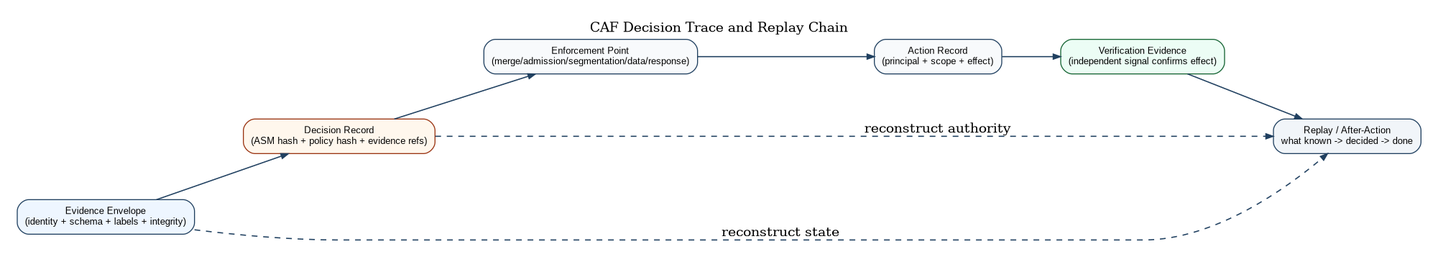
Earlier version of the Graphviz export papers/caf-ra/diagrams/caf_decision_trace.png (anboas/Whitepaper). Its source is kept beside it as papers/caf-ra/diagrams-src/caf_decision_trace.dot. The source it was exported from:
```dot
digraph CAFDecisionTrace {
  rankdir=LR;
  graph [bgcolor="white", pad="0.25", nodesep="0.6", ranksep="0.7", labelloc="t", label="CAF Decision Trace and Replay Chain"];
  node [shape=box, style="rounded,filled", fillcolor="#F8FAFC", color="#204060", fontname="Arial", fontsize=10];
  edge [color="#204060", arrowsize=0.75, penwidth=1.2];

  E [label="Evidence Envelope\n(identity + schema + labels + integrity)", fillcolor="#EEF6FF"];
  D [label="Decision Record\n(ASM hash + policy hash + evidence refs)", fillcolor="#FFF7ED", color="#9A3412"];
  EP [label="Enforcement Point\n(merge/admission/segmentation/data/response)"];
  A [label="Action Record\n(principal + scope + effect)"];
  V [label="Verification Evidence\n(independent signal confirms effect)", fillcolor="#ECFDF5", color="#166534"];
  R [label="Replay / After-Action\nwhat known -> decided -> done", fillcolor="#F1F5F9"];

  E -> D -> EP -> A -> V -> R;
  E -> R [style=dashed, label="reconstruct state"];
  D -> R [style=dashed, label="reconstruct authority"];
}
```
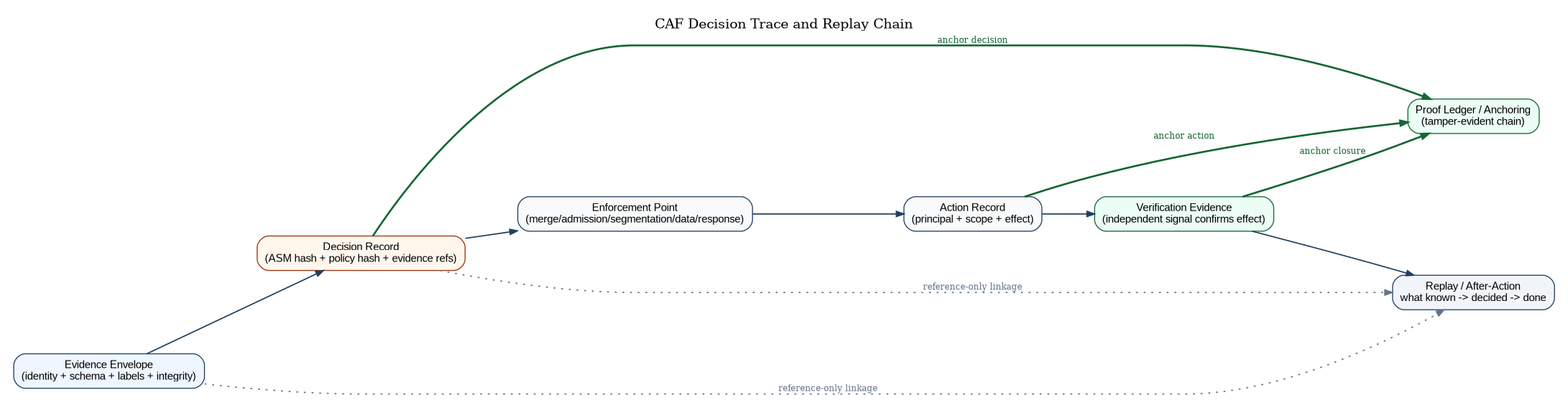
The same diagram one commit later.

Change to the diagram source:
```diff
@@ -1,17 +1,31 @@
 digraph CAFDecisionTrace {
   rankdir=LR;
-  graph [bgcolor="white", pad="0.25", nodesep="0.6", ranksep="0.7", labelloc="t", label="CAF Decision Trace and Replay Chain"];
-  node [shape=box, style="rounded,filled", fillcolor="#F8FAFC", color="#204060", fontname="Arial", fontsize=10];
-  edge [color="#204060", arrowsize=0.75, penwidth=1.2];
+  graph [
+    bgcolor="white",
+    pad="0.20",
+    nodesep="0.58",
+    ranksep="0.75",
+    labelloc="t",
+    label="CAF Decision Trace and Replay Chain"
+  ];
 
-  E [label="Evidence Envelope\n(identity + schema + labels + integrity)", fillcolor="#EEF6FF"];
-  D [label="Decision Record\n(ASM hash + policy hash + evidence refs)", fillcolor="#FFF7ED", color="#9A3412"];
+  node [shape=box, style="rounded,filled", fillcolor="#F8FAFC", color="#204060", fontname="Arial", fontsize=11.2];
+  edge [color="#204060", arrowsize=0.78, penwidth=1.3];
+
+  E  [label="Evidence Envelope\n(identity + schema + labels + integrity)", fillcolor="#EEF6FF"];
+  D  [label="Decision Record\n(ASM hash + policy hash + evidence refs)", fillcolor="#FFF7ED", color="#9A3412"];
   EP [label="Enforcement Point\n(merge/admission/segmentation/data/response)"];
-  A [label="Action Record\n(principal + scope + effect)"];
-  V [label="Verification Evidence\n(independent signal confirms effect)", fillcolor="#ECFDF5", color="#166534"];
-  R [label="Replay / After-Action\nwhat known -> decided -> done", fillcolor="#F1F5F9"];
+  A  [label="Action Record\n(principal + scope + effect)"];
+  V  [label="Verification Evidence\n(independent signal confirms effect)", fillcolor="#ECFDF5", color="#166534"];
+  R  [label="Replay / After-Action\nwhat known -> decided -> done", fillcolor="#F1F5F9"];
+  L  [label="Proof Ledger / Anchoring\n(tamper-evident chain)", fillcolor="#ECFDF5", color="#166534"];
 
   E -> D -> EP -> A -> V -> R;
-  E -> R [style=dashed, label="reconstruct state"];
-  D -> R [style=dashed, label="reconstruct authority"];
+
+  D -> L [style=bold, color="#166534", penwidth=2.0, label="anchor decision", fontsize=9.2, fontcolor="#166534"];
+  A -> L [style=bold, color="#166534", penwidth=2.0, label="anchor action", fontsize=9.2, fontcolor="#166534"];
+  V -> L [style=bold, color="#166534", penwidth=2.0, label="anchor closure", fontsize=9.2, fontcolor="#166534"];
+
+  E -> R [style=dotted, color="#64748B", label="reference-only linkage", fontsize=8.8, fontcolor="#64748B"];
+  D -> R [style=dotted, color="#64748B", label="reference-only linkage", fontsize=8.8, fontcolor="#64748B"];
 }
```
